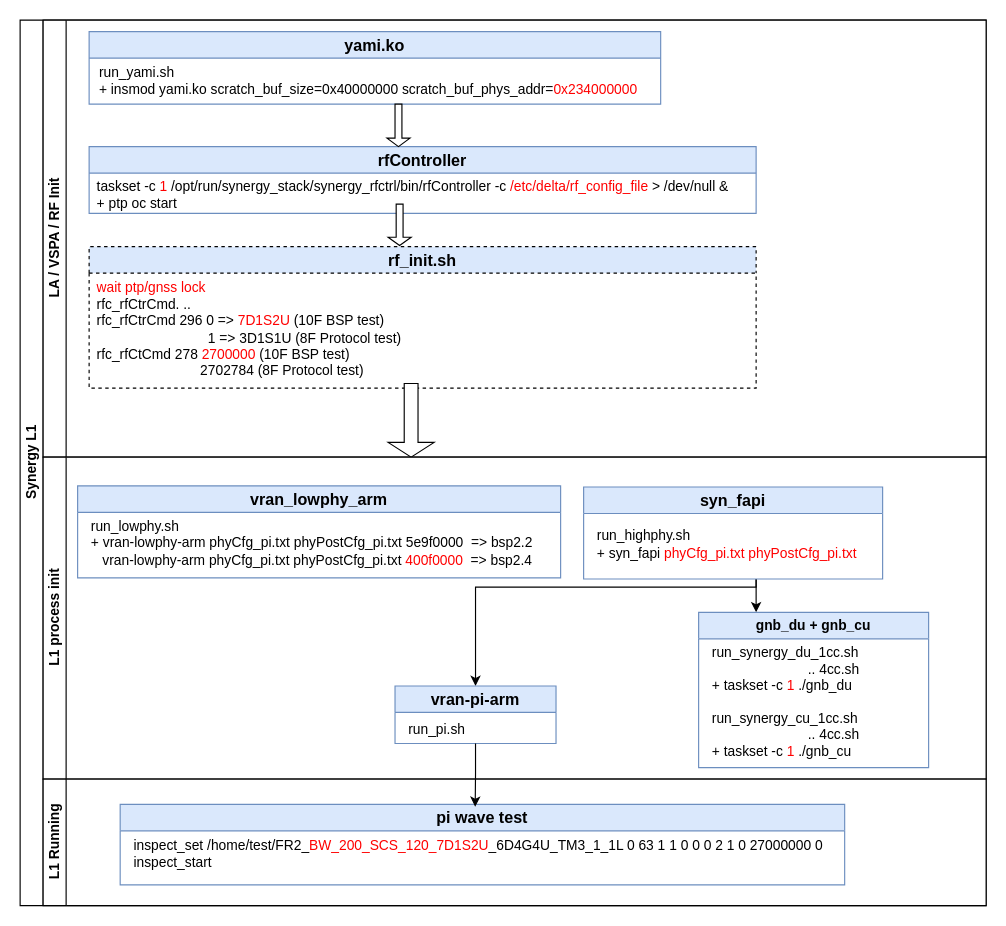
The draw.io diagram 未命名绘图.drawio in james1023/drawio, before the edit. Source tidied: cells renumbered, new cells numbered last; positions are measured from the earlier drawing's top-left corner, leaving out a move shared by most shapes. Both pictures are drawn from the tidied source at 115%, with x=0, y=0 at pixel (20, 20).
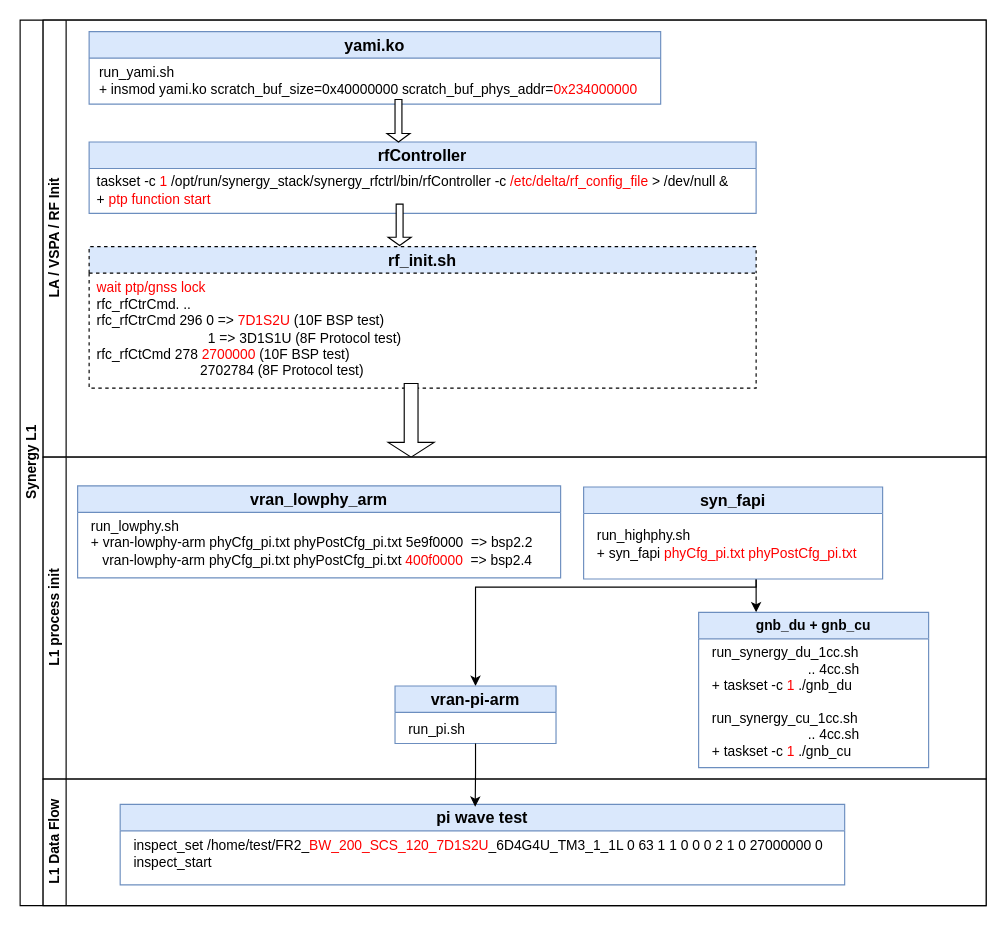
The same diagram, later.

Unchanged cells that the change refers to:
```xml
<mxCell id="2" value="Synergy L1" style="swimlane;html=1;horizontal=0;startSize=20;" parent="1" vertex="1">
  <mxGeometry width="840" height="770" as="geometry" />
</mxCell>
<mxCell id="3" value="LA / VSPA / RF&amp;nbsp;Init" style="swimlane;html=1;startSize=20;horizontal=0;swimlaneFillColor=default;" parent="2" vertex="1">
  <mxGeometry x="20" width="820" height="380" as="geometry" />
</mxCell>
```

Diff of the diagram source:
```diff
@@
     <mxCell id="6" value="&lt;font style=&quot;font-size: 14px;&quot;&gt;rfController&lt;/font&gt;" style="swimlane;whiteSpace=wrap;html=1;fillColor=#dae8fc;strokeColor=#6c8ebf;swimlaneFillColor=default;" parent="3" vertex="1">
-      <mxGeometry x="40" y="110" width="580" height="58" as="geometry" />
+      <mxGeometry x="40" y="106" width="580" height="62" as="geometry" />
     </mxCell>
-    <mxCell id="7" value="taskset -c &lt;font color=&quot;#ff0000&quot;&gt;1&lt;/font&gt; /opt/run/synergy_stack/synergy_rfctrl/bin/rfController -c &lt;font color=&quot;#ff0000&quot;&gt;/etc/delta/rf_config_file&lt;/font&gt; &amp;gt; /dev/null &amp;amp;&lt;br&gt;+ ptp oc start" style="text;html=1;align=left;verticalAlign=middle;strokeColor=none;fillColor=none;" parent="6" vertex="1">
+    <mxCell id="7" value="taskset -c &lt;font color=&quot;#ff0000&quot;&gt;1&lt;/font&gt; /opt/run/synergy_stack/synergy_rfctrl/bin/rfController -c &lt;font color=&quot;#ff0000&quot;&gt;/etc/delta/rf_config_file&lt;/font&gt; &amp;gt; /dev/null &amp;amp;&lt;br&gt;+ &lt;font color=&quot;#ff0000&quot;&gt;ptp function start&lt;/font&gt;" style="text;html=1;align=left;verticalAlign=middle;strokeColor=none;fillColor=none;" parent="6" vertex="1">
       <mxGeometry x="5" y="22" width="570" height="40" as="geometry" />
     </mxCell>
@@
     <mxCell id="12" style="shape=singleArrow;direction=south;whiteSpace=wrap;html=1;" parent="3" vertex="1">
-      <mxGeometry x="299" y="73" width="20" height="37" as="geometry" />
+      <mxGeometry x="299" y="69" width="20" height="37" as="geometry" />
     </mxCell>
@@
-    <mxCell id="24" value="L1 Running" style="swimlane;html=1;startSize=20;horizontal=0;swimlaneFillColor=default;" parent="2" vertex="1">
+    <mxCell id="24" value="L1 Data Flow" style="swimlane;html=1;startSize=20;horizontal=0;swimlaneFillColor=default;" parent="2" vertex="1">
       <mxGeometry x="20" y="660" width="820" height="110" as="geometry" />
     </mxCell>
```
